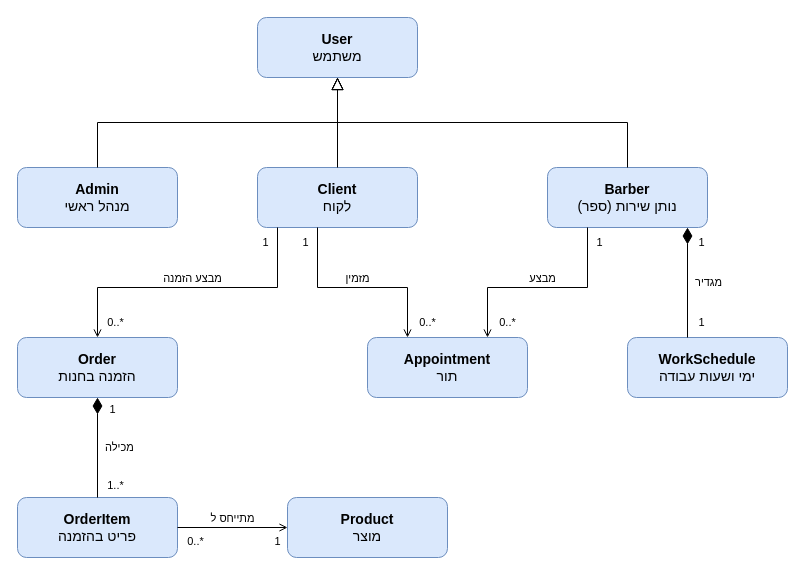
arielkaplan20/project_Golden_Hair_Salon keeps this draw.io diagram as diagrams/PDOM-concept.drawio. Above is the earlier version. Source tidied: cells renumbered, new cells numbered last; positions are measured from the earlier drawing's top-left corner, leaving out a move shared by most shapes. Both pictures are drawn from the tidied source at 100%, with x=0, y=0 at pixel (17, 17).
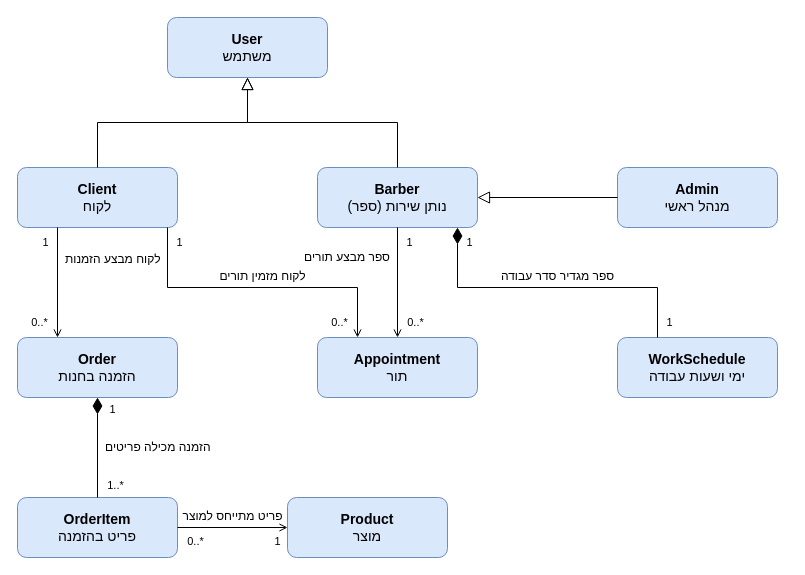
Above is the later version.

Commit message (it also covers changes not shown here):
PDOM תואם לקוד: שדות ופעולות מהקוד, המנהל יורש מספר ותיאורים מלאים לקשרים

Unchanged cells that the change refers to:
```xml
<mxCell id="6" value="Order&lt;br&gt;&lt;span style='font-weight:normal'&gt;הזמנה בחנות&lt;/span&gt;" style="rounded=1;whiteSpace=wrap;html=1;fillColor=#dae8fc;strokeColor=#6c8ebf;fontSize=14;fontStyle=1;" parent="1" vertex="1">
  <mxGeometry y="320" width="160" height="60" as="geometry" />
</mxCell>
<mxCell id="9" value="OrderItem&lt;br&gt;&lt;span style='font-weight:normal'&gt;פריט בהזמנה&lt;/span&gt;" style="rounded=1;whiteSpace=wrap;html=1;fillColor=#dae8fc;strokeColor=#6c8ebf;fontSize=14;fontStyle=1;" parent="1" vertex="1">
  <mxGeometry y="480" width="160" height="60" as="geometry" />
</mxCell>
<mxCell id="10" value="Product&lt;br&gt;&lt;span style='font-weight:normal'&gt;מוצר&lt;/span&gt;" style="rounded=1;whiteSpace=wrap;html=1;fillColor=#dae8fc;strokeColor=#6c8ebf;fontSize=14;fontStyle=1;" parent="1" vertex="1">
  <mxGeometry x="270" y="480" width="160" height="60" as="geometry" />
</mxCell>
```

Change to the diagram source:
```diff
@@
     <mxCell id="2" value="User&lt;br&gt;&lt;span style='font-weight:normal'&gt;משתמש&lt;/span&gt;" style="rounded=1;whiteSpace=wrap;html=1;fillColor=#dae8fc;strokeColor=#6c8ebf;fontSize=14;fontStyle=1;" parent="1" vertex="1">
-      <mxGeometry x="240" width="160" height="60" as="geometry" />
+      <mxGeometry x="150" width="160" height="60" as="geometry" />
     </mxCell>
-    <mxCell id="3" value="Admin&lt;br&gt;&lt;span style='font-weight:normal'&gt;מנהל ראשי&lt;/span&gt;" style="rounded=1;whiteSpace=wrap;html=1;fillColor=#dae8fc;strokeColor=#6c8ebf;fontSize=14;fontStyle=1;" parent="1" vertex="1">
+    <mxCell id="3" value="Client&lt;br&gt;&lt;span style='font-weight:normal'&gt;לקוח&lt;/span&gt;" style="rounded=1;whiteSpace=wrap;html=1;fillColor=#dae8fc;strokeColor=#6c8ebf;fontSize=14;fontStyle=1;" parent="1" vertex="1">
       <mxGeometry y="150" width="160" height="60" as="geometry" />
     </mxCell>
-    <mxCell id="4" value="Client&lt;br&gt;&lt;span style='font-weight:normal'&gt;לקוח&lt;/span&gt;" style="rounded=1;whiteSpace=wrap;html=1;fillColor=#dae8fc;strokeColor=#6c8ebf;fontSize=14;fontStyle=1;" parent="1" vertex="1">
-      <mxGeometry x="240" y="150" width="160" height="60" as="geometry" />
+    <mxCell id="4" value="Barber&lt;br&gt;&lt;span style='font-weight:normal'&gt;נותן שירות (ספר)&lt;/span&gt;" style="rounded=1;whiteSpace=wrap;html=1;fillColor=#dae8fc;strokeColor=#6c8ebf;fontSize=14;fontStyle=1;" parent="1" vertex="1">
+      <mxGeometry x="300" y="150" width="160" height="60" as="geometry" />
     </mxCell>
-    <mxCell id="5" value="Barber&lt;br&gt;&lt;span style='font-weight:normal'&gt;נותן שירות (ספר)&lt;/span&gt;" style="rounded=1;whiteSpace=wrap;html=1;fillColor=#dae8fc;strokeColor=#6c8ebf;fontSize=14;fontStyle=1;" parent="1" vertex="1">
-      <mxGeometry x="530" y="150" width="160" height="60" as="geometry" />
+    <mxCell id="5" value="Admin&lt;br&gt;&lt;span style='font-weight:normal'&gt;מנהל ראשי&lt;/span&gt;" style="rounded=1;whiteSpace=wrap;html=1;fillColor=#dae8fc;strokeColor=#6c8ebf;fontSize=14;fontStyle=1;" parent="1" vertex="1">
+      <mxGeometry x="600" y="150" width="160" height="60" as="geometry" />
     </mxCell>
@@
     <mxCell id="7" value="Appointment&lt;br&gt;&lt;span style='font-weight:normal'&gt;תור&lt;/span&gt;" style="rounded=1;whiteSpace=wrap;html=1;fillColor=#dae8fc;strokeColor=#6c8ebf;fontSize=14;fontStyle=1;" parent="1" vertex="1">
-      <mxGeometry x="350" y="320" width="160" height="60" as="geometry" />
+      <mxGeometry x="300" y="320" width="160" height="60" as="geometry" />
     </mxCell>
     <mxCell id="8" value="WorkSchedule&lt;br&gt;&lt;span style='font-weight:normal'&gt;ימי ושעות עבודה&lt;/span&gt;" style="rounded=1;whiteSpace=wrap;html=1;fillColor=#dae8fc;strokeColor=#6c8ebf;fontSize=14;fontStyle=1;" parent="1" vertex="1">
-      <mxGeometry x="610" y="320" width="160" height="60" as="geometry" />
+      <mxGeometry x="600" y="320" width="160" height="60" as="geometry" />
     </mxCell>
@@
     <mxCell id="11" style="endArrow=block;endFill=0;endSize=10;html=1;rounded=0;edgeStyle=orthogonalEdgeStyle;exitX=0.5;exitY=0;entryX=0.5;entryY=1;" parent="1" edge="1" source="3" target="2">
       <mxGeometry relative="1" as="geometry">
         <Array as="points">
           <mxPoint x="80" y="105" />
-          <mxPoint x="320" y="105" />
+          <mxPoint x="230" y="105" />
         </Array>
       </mxGeometry>
     </mxCell>
     <mxCell id="12" style="endArrow=block;endFill=0;endSize=10;html=1;rounded=0;edgeStyle=orthogonalEdgeStyle;exitX=0.5;exitY=0;entryX=0.5;entryY=1;" parent="1" edge="1" source="4" target="2">
       <mxGeometry relative="1" as="geometry">
         <Array as="points">
-          <mxPoint x="320" y="105" />
-          <mxPoint x="320" y="105" />
+          <mxPoint x="380" y="105" />
+          <mxPoint x="230" y="105" />
         </Array>
       </mxGeometry>
     </mxCell>
-    <mxCell id="13" style="endArrow=block;endFill=0;endSize=10;html=1;rounded=0;edgeStyle=orthogonalEdgeStyle;exitX=0.5;exitY=0;entryX=0.5;entryY=1;" parent="1" edge="1" source="5" target="2">
-      <mxGeometry relative="1" as="geometry">
-        <Array as="points">
-          <mxPoint x="610" y="105" />
-          <mxPoint x="320" y="105" />
-        </Array>
-      </mxGeometry>
+    <mxCell id="13" style="endArrow=block;endFill=0;endSize=10;html=1;rounded=0;edgeStyle=orthogonalEdgeStyle;exitX=0;exitY=0.5;entryX=1;entryY=0.5;" parent="1" edge="1" source="5" target="4">
+      <mxGeometry relative="1" as="geometry" />
     </mxCell>
-    <mxCell id="14" value="מזמין" style="endArrow=open;endFill=0;html=1;rounded=0;labelBackgroundColor=#ffffff;exitX=0.375;exitY=1;entryX=0.25;entryY=0;verticalAlign=bottom;labelBackgroundColor=none;" parent="1" edge="1" source="4" target="7">
-      <mxGeometry relative="1" as="geometry">
-        <Array as="points">
-          <mxPoint x="300" y="270" />
-          <mxPoint x="390" y="270" />
-        </Array>
-      </mxGeometry>
+    <mxCell id="14" style="endArrow=open;endFill=0;html=1;rounded=0;labelBackgroundColor=#ffffff;exitX=0.25;exitY=1;entryX=0.25;entryY=0;" parent="1" edge="1" source="3" target="6">
+      <mxGeometry relative="1" as="geometry" />
     </mxCell>
-    <mxCell id="15" value="1" style="text;html=1;align=center;verticalAlign=middle;fillColor=none;strokeColor=none;fontSize=11;" parent="1" vertex="1">
-      <mxGeometry x="268" y="215" width="40" height="20" as="geometry" />
+    <mxCell id="15" value="לקוח מבצע הזמנות" style="text;html=1;fillColor=none;strokeColor=none;whiteSpace=nowrap;fontSize=12;align=left;verticalAlign=middle;" parent="1" vertex="1">
+      <mxGeometry x="46" y="232" width="150" height="20" as="geometry" />
     </mxCell>
-    <mxCell id="16" value="0..*" style="text;html=1;align=center;verticalAlign=middle;fillColor=none;strokeColor=none;fontSize=11;" parent="1" vertex="1">
-      <mxGeometry x="390" y="295" width="40" height="20" as="geometry" />
+    <mxCell id="16" value="1" style="text;html=1;align=center;verticalAlign=middle;fillColor=none;strokeColor=none;fontSize=11;" parent="1" vertex="1">
+      <mxGeometry x="8" y="215" width="40" height="20" as="geometry" />
     </mxCell>
-    <mxCell id="17" value="מבצע" style="endArrow=open;endFill=0;html=1;rounded=0;labelBackgroundColor=#ffffff;exitX=0.25;exitY=1;entryX=0.75;entryY=0;verticalAlign=bottom;labelBackgroundColor=none;" parent="1" edge="1" source="5" target="7">
-      <mxGeometry relative="1" as="geometry">
-        <Array as="points">
-          <mxPoint x="570" y="270" />
-          <mxPoint x="470" y="270" />
-        </Array>
-      </mxGeometry>
-    </mxCell>
-    <mxCell id="18" value="1" style="text;html=1;align=center;verticalAlign=middle;fillColor=none;strokeColor=none;fontSize=11;" parent="1" vertex="1">
-      <mxGeometry x="562" y="215" width="40" height="20" as="geometry" />
-    </mxCell>
+    <mxCell id="32" value="0..*" style="text;html=1;align=center;verticalAlign=middle;fillColor=none;strokeColor=none;fontSize=11;" parent="1" vertex="1">
+      <mxGeometry x="2" y="295" width="40" height="20" as="geometry" />
+    </mxCell>
+    <mxCell id="33" style="endArrow=open;endFill=0;html=1;rounded=0;labelBackgroundColor=#ffffff;exitX=0.9375;exitY=1;entryX=0.25;entryY=0;" parent="1" edge="1" source="3" target="7">
+      <mxGeometry relative="1" as="geometry">
+        <Array as="points">
+          <mxPoint x="150" y="270" />
+          <mxPoint x="340" y="270" />
+        </Array>
+      </mxGeometry>
+    </mxCell>
-    <mxCell id="19" value="0..*" style="text;html=1;align=center;verticalAlign=middle;fillColor=none;strokeColor=none;fontSize=11;" parent="1" vertex="1">
-      <mxGeometry x="470" y="295" width="40" height="20" as="geometry" />
+    <mxCell id="19" value="לקוח מזמין תורים" style="text;html=1;fillColor=none;strokeColor=none;whiteSpace=nowrap;fontSize=12;align=center;verticalAlign=bottom;" parent="1" vertex="1">
+      <mxGeometry x="170" y="248" width="150" height="20" as="geometry" />
     </mxCell>
-    <mxCell id="20" value="מגדיר" style="endArrow=none;startArrow=diamondThin;startFill=1;startSize=14;html=1;rounded=0;labelBackgroundColor=#ffffff;exitX=0.875;exitY=1;entryX=0.375;entryY=0;align=left;spacingLeft=6;labelBackgroundColor=none;" parent="1" edge="1" source="5" target="8">
-      <mxGeometry relative="1" as="geometry" />
-    </mxCell>
+    <mxCell id="34" value="1" style="text;html=1;align=center;verticalAlign=middle;fillColor=none;strokeColor=none;fontSize=11;" parent="1" vertex="1">
+      <mxGeometry x="142" y="215" width="40" height="20" as="geometry" />
+    </mxCell>
-    <mxCell id="21" value="1" style="text;html=1;align=center;verticalAlign=middle;fillColor=none;strokeColor=none;fontSize=11;" parent="1" vertex="1">
-      <mxGeometry x="664" y="215" width="40" height="20" as="geometry" />
+    <mxCell id="21" value="0..*" style="text;html=1;align=center;verticalAlign=middle;fillColor=none;strokeColor=none;fontSize=11;" parent="1" vertex="1">
+      <mxGeometry x="302" y="295" width="40" height="20" as="geometry" />
     </mxCell>
-    <mxCell id="22" value="1" style="text;html=1;align=center;verticalAlign=middle;fillColor=none;strokeColor=none;fontSize=11;" parent="1" vertex="1">
-      <mxGeometry x="664" y="295" width="40" height="20" as="geometry" />
-    </mxCell>
-    <mxCell id="23" value="מבצע הזמנה" style="endArrow=open;endFill=0;html=1;rounded=0;labelBackgroundColor=#ffffff;exitX=0.125;exitY=1;entryX=0.5;entryY=0;verticalAlign=bottom;labelBackgroundColor=none;" parent="1" edge="1" source="4" target="6">
-      <mxGeometry relative="1" as="geometry">
-        <Array as="points">
-          <mxPoint x="260" y="270" />
-          <mxPoint x="80" y="270" />
-        </Array>
-      </mxGeometry>
-    </mxCell>
+    <mxCell id="35" style="endArrow=open;endFill=0;html=1;rounded=0;labelBackgroundColor=#ffffff;exitX=0.5;exitY=1;entryX=0.5;entryY=0;" parent="1" edge="1" source="4" target="7">
+      <mxGeometry relative="1" as="geometry" />
+    </mxCell>
+    <mxCell id="36" value="ספר מבצע תורים" style="text;html=1;fillColor=none;strokeColor=none;whiteSpace=nowrap;fontSize=12;align=right;verticalAlign=middle;" parent="1" vertex="1">
+      <mxGeometry x="224" y="230" width="150" height="20" as="geometry" />
+    </mxCell>
     <mxCell id="24" value="1" style="text;html=1;align=center;verticalAlign=middle;fillColor=none;strokeColor=none;fontSize=11;" parent="1" vertex="1">
-      <mxGeometry x="228" y="215" width="40" height="20" as="geometry" />
+      <mxGeometry x="372" y="215" width="40" height="20" as="geometry" />
     </mxCell>
     <mxCell id="25" value="0..*" style="text;html=1;align=center;verticalAlign=middle;fillColor=none;strokeColor=none;fontSize=11;" parent="1" vertex="1">
-      <mxGeometry x="78" y="295" width="40" height="20" as="geometry" />
+      <mxGeometry x="378" y="295" width="40" height="20" as="geometry" />
     </mxCell>
-    <mxCell id="26" value="מכילה" style="endArrow=none;startArrow=diamondThin;startFill=1;startSize=14;html=1;rounded=0;labelBackgroundColor=#ffffff;exitX=0.5;exitY=1;entryX=0.5;entryY=0;align=left;spacingLeft=6;labelBackgroundColor=none;" parent="1" edge="1" source="6" target="9">
-      <mxGeometry relative="1" as="geometry" />
+    <mxCell id="26" style="endArrow=none;startArrow=diamondThin;startFill=1;startSize=14;html=1;rounded=0;labelBackgroundColor=#ffffff;exitX=0.875;exitY=1;entryX=0.25;entryY=0;" parent="1" edge="1" source="4" target="8">
+      <mxGeometry relative="1" as="geometry">
+        <Array as="points">
+          <mxPoint x="440" y="270" />
+          <mxPoint x="640" y="270" />
+        </Array>
+      </mxGeometry>
     </mxCell>
-    <mxCell id="27" value="1" style="text;html=1;align=center;verticalAlign=middle;fillColor=none;strokeColor=none;fontSize=11;" parent="1" vertex="1">
-      <mxGeometry x="75" y="382" width="40" height="20" as="geometry" />
+    <mxCell id="27" value="ספר מגדיר סדר עבודה" style="text;html=1;fillColor=none;strokeColor=none;whiteSpace=nowrap;fontSize=12;align=center;verticalAlign=bottom;" parent="1" vertex="1">
+      <mxGeometry x="465" y="248" width="150" height="20" as="geometry" />
     </mxCell>
-    <mxCell id="28" value="1..*" style="text;html=1;align=center;verticalAlign=middle;fillColor=none;strokeColor=none;fontSize=11;" parent="1" vertex="1">
-      <mxGeometry x="78" y="458" width="40" height="20" as="geometry" />
+    <mxCell id="28" value="1" style="text;html=1;align=center;verticalAlign=middle;fillColor=none;strokeColor=none;fontSize=11;" parent="1" vertex="1">
+      <mxGeometry x="432" y="215" width="40" height="20" as="geometry" />
     </mxCell>
+    <mxCell id="37" value="1" style="text;html=1;align=center;verticalAlign=middle;fillColor=none;strokeColor=none;fontSize=11;" parent="1" vertex="1">
+      <mxGeometry x="632" y="295" width="40" height="20" as="geometry" />
+    </mxCell>
+    <mxCell id="38" style="endArrow=none;startArrow=diamondThin;startFill=1;startSize=14;html=1;rounded=0;labelBackgroundColor=#ffffff;exitX=0.5;exitY=1;entryX=0.5;entryY=0;" parent="1" edge="1" source="6" target="9">
+      <mxGeometry relative="1" as="geometry" />
+    </mxCell>
+    <mxCell id="31" value="הזמנה מכילה פריטים" style="text;html=1;fillColor=none;strokeColor=none;whiteSpace=nowrap;fontSize=12;align=left;verticalAlign=middle;" parent="1" vertex="1">
+      <mxGeometry x="86" y="420" width="150" height="20" as="geometry" />
+    </mxCell>
+    <mxCell id="39" value="1" style="text;html=1;align=center;verticalAlign=middle;fillColor=none;strokeColor=none;fontSize=11;" parent="1" vertex="1">
+      <mxGeometry x="75" y="382" width="40" height="20" as="geometry" />
+    </mxCell>
+    <mxCell id="40" value="1..*" style="text;html=1;align=center;verticalAlign=middle;fillColor=none;strokeColor=none;fontSize=11;" parent="1" vertex="1">
+      <mxGeometry x="78" y="458" width="40" height="20" as="geometry" />
+    </mxCell>
-    <mxCell id="29" value="מתייחס ל" style="endArrow=open;endFill=0;html=1;rounded=0;labelBackgroundColor=#ffffff;exitX=1;exitY=0.5;entryX=0;entryY=0.5;verticalAlign=bottom;labelBackgroundColor=none;" parent="1" edge="1" source="9" target="10">
+    <mxCell id="29" style="endArrow=open;endFill=0;html=1;rounded=0;labelBackgroundColor=#ffffff;exitX=1;exitY=0.5;entryX=0;entryY=0.5;" parent="1" edge="1" source="9" target="10">
       <mxGeometry relative="1" as="geometry" />
     </mxCell>
+    <mxCell id="41" value="פריט מתייחס למוצר" style="text;html=1;fillColor=none;strokeColor=none;whiteSpace=nowrap;fontSize=12;align=center;verticalAlign=bottom;" parent="1" vertex="1">
+      <mxGeometry x="140" y="488" width="150" height="20" as="geometry" />
+    </mxCell>
@@
-    <mxCell id="31" value="1" style="text;html=1;align=center;verticalAlign=middle;fillColor=none;strokeColor=none;fontSize=11;" parent="1" vertex="1">
-      <mxGeometry x="240" y="514" width="40" height="20" as="geometry" />
-    </mxCell>
+    <mxCell id="42" value="1" style="text;html=1;align=center;verticalAlign=middle;fillColor=none;strokeColor=none;fontSize=11;" parent="1" vertex="1">
+      <mxGeometry x="240" y="514" width="40" height="20" as="geometry" />
+    </mxCell>
```
